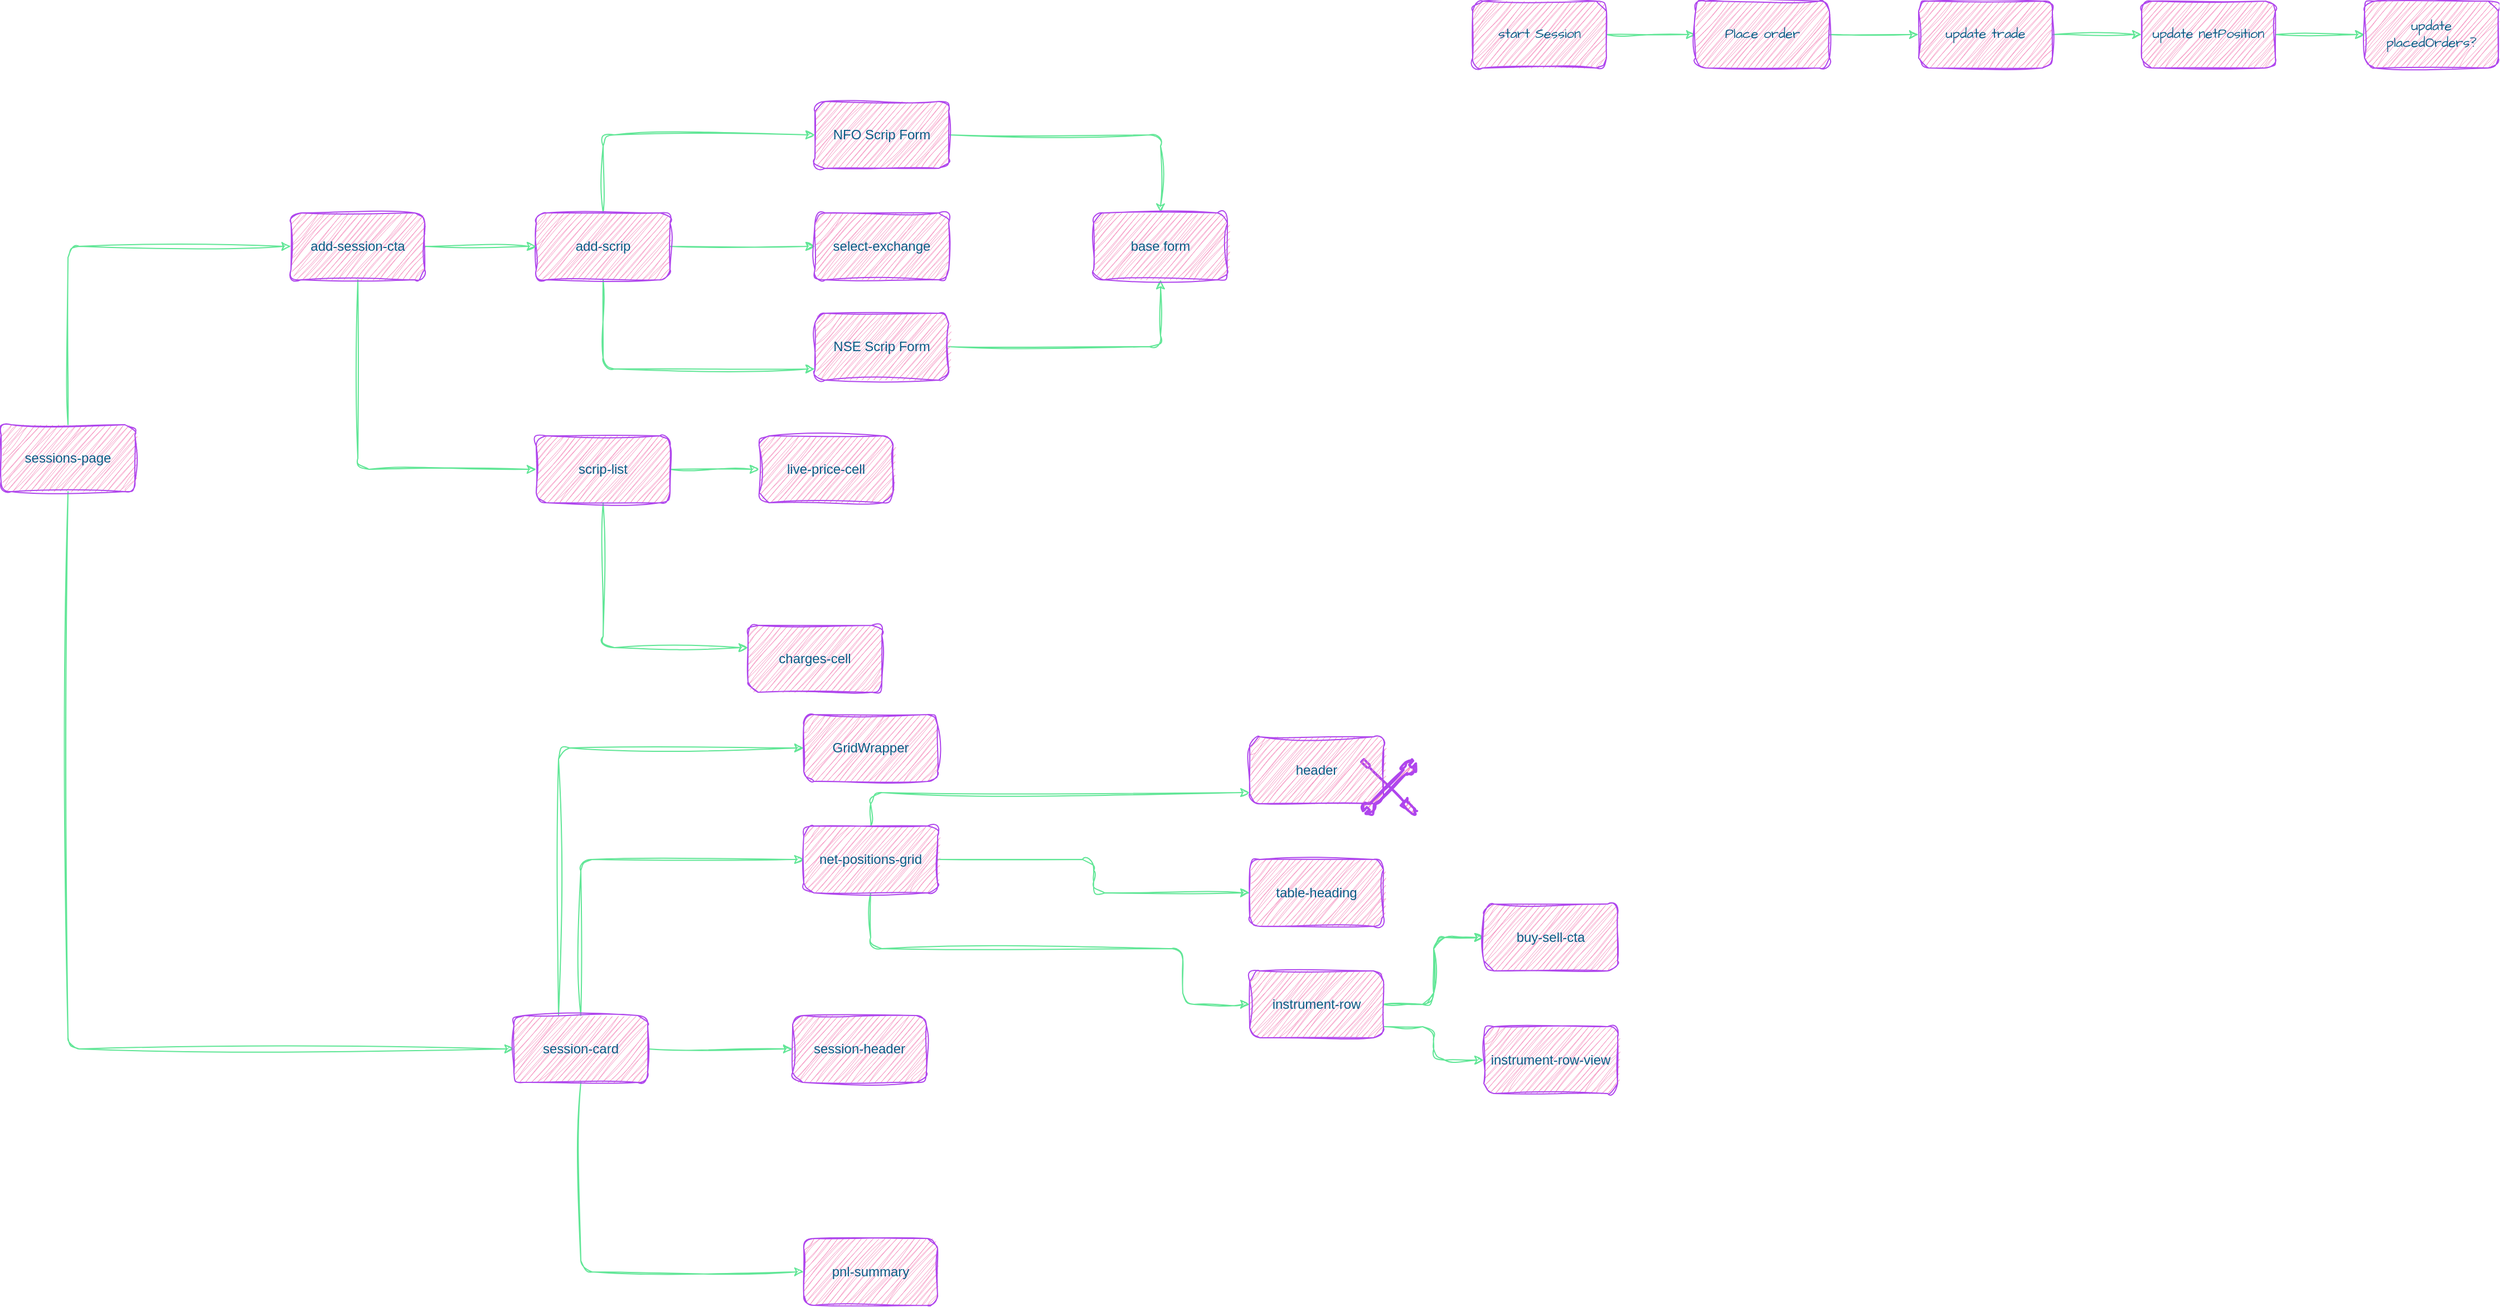
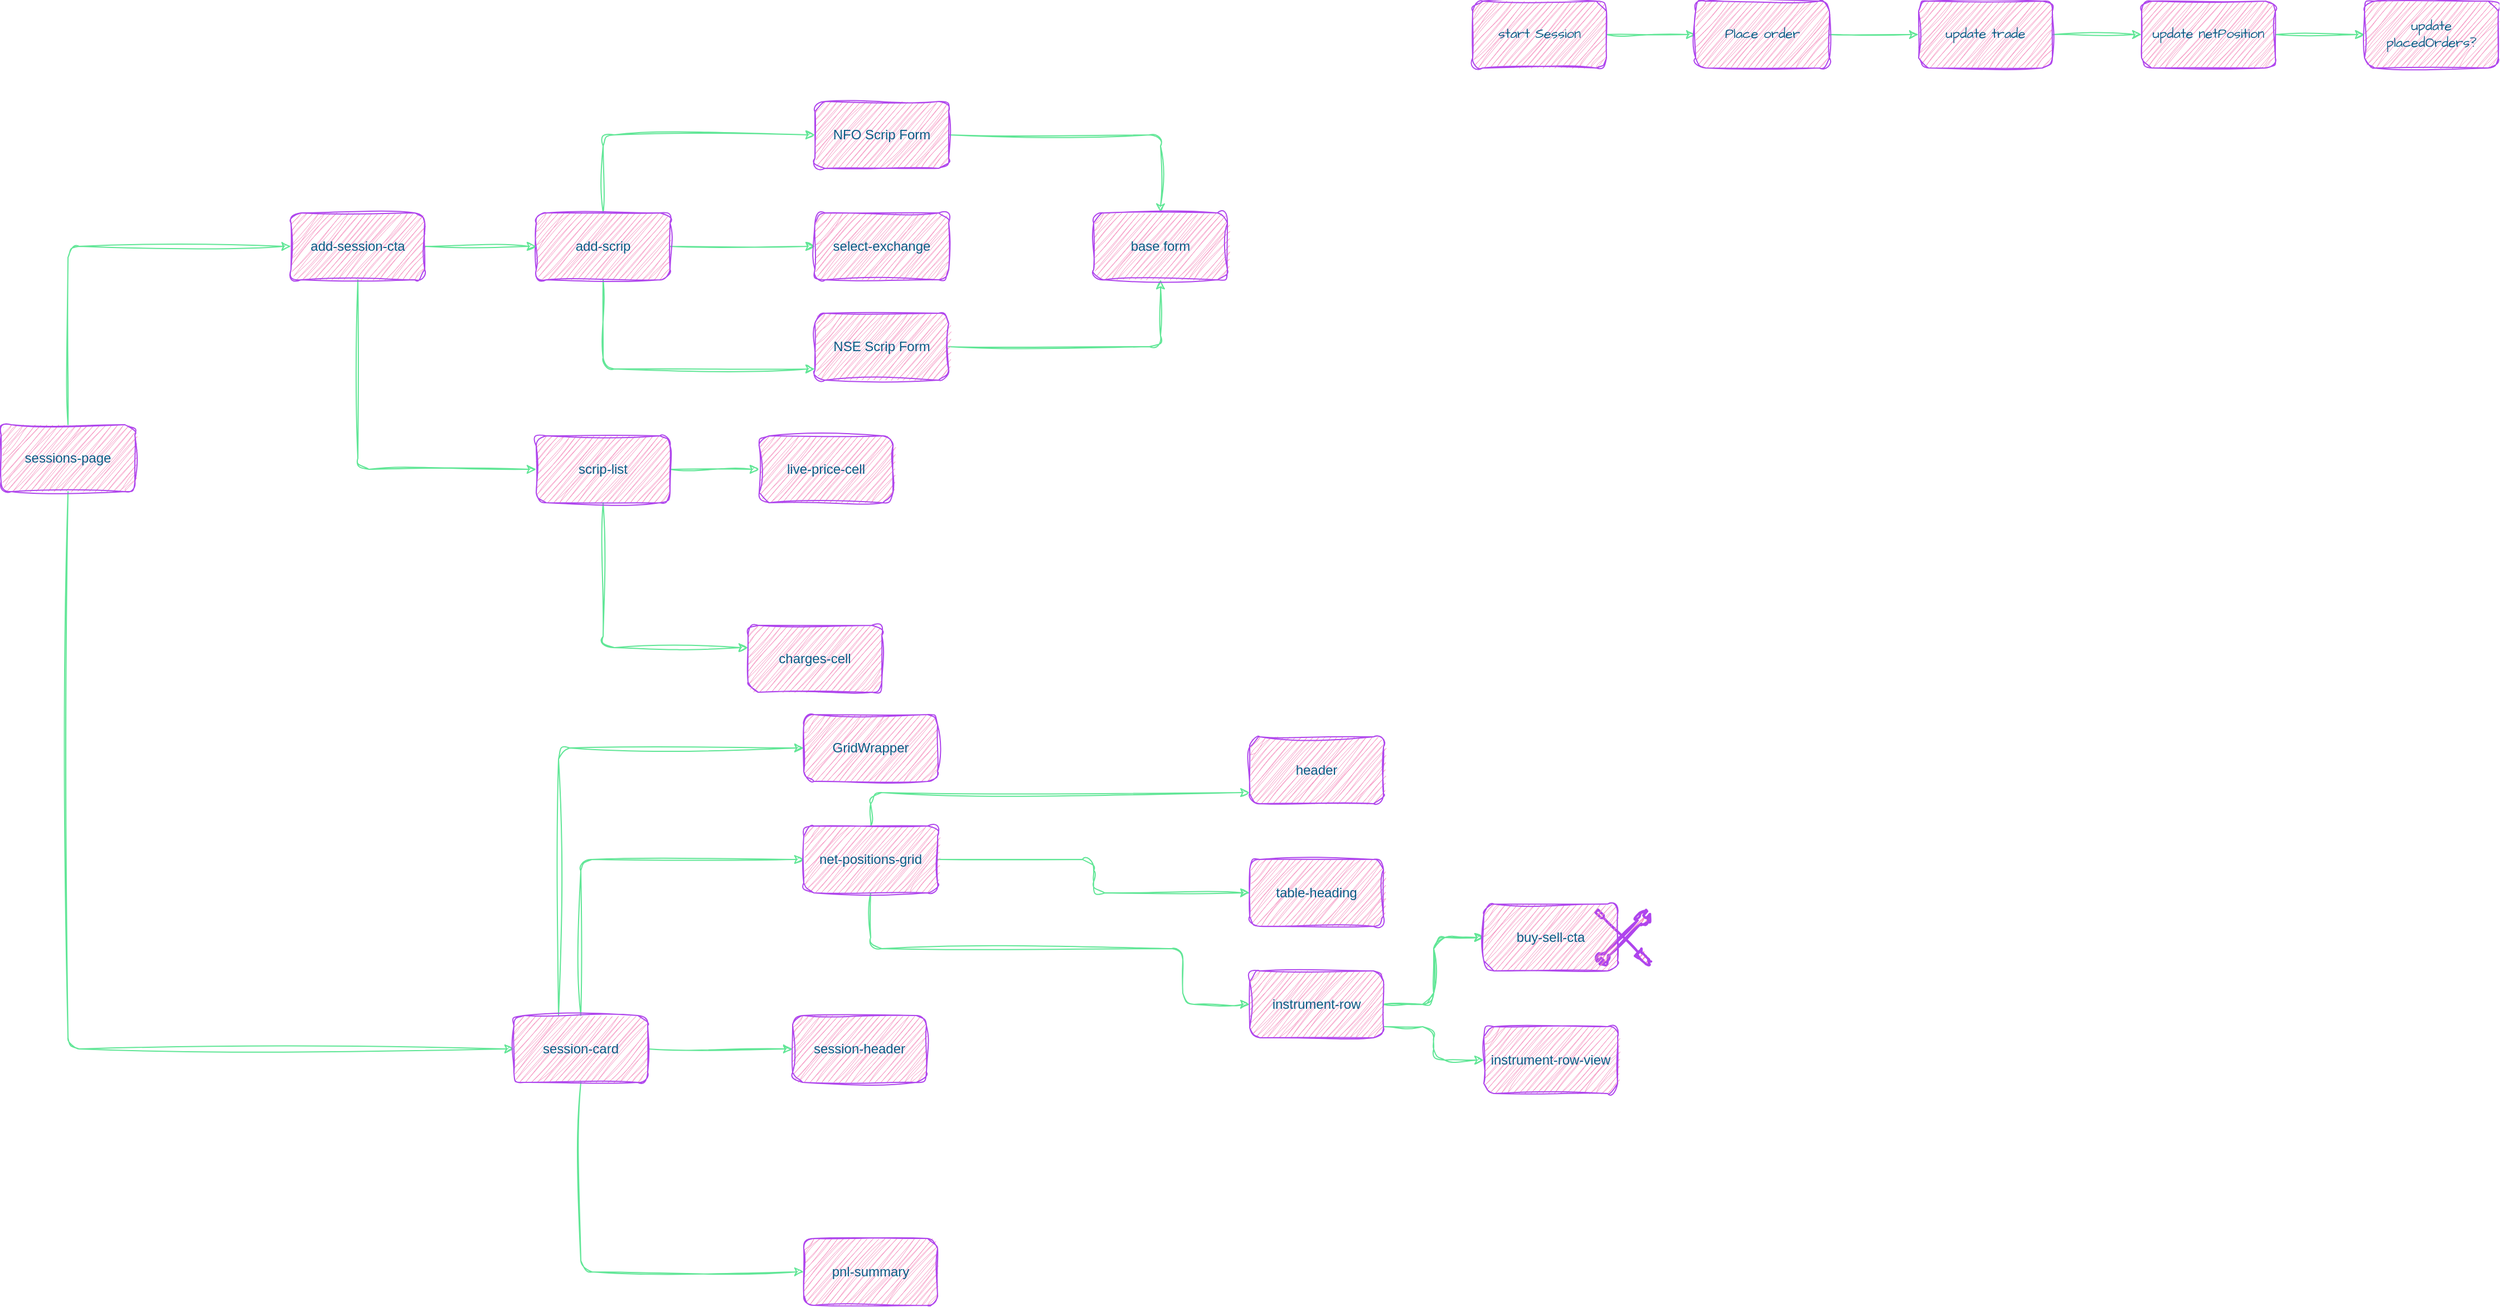
<mxfile host="app.diagrams.net" pages="5">
  <diagram id="wPQbEJP3DVO_ncDqMHqx" name="Sessions Page">
    <mxGraphModel dx="1887" dy="969" grid="1" gridSize="10" guides="1" tooltips="1" connect="1" arrows="1" fold="1" page="0" pageScale="1" pageWidth="402" pageHeight="874" math="0" shadow="0">
      <root>
        <mxCell id="0" />
        <mxCell id="1" parent="0" />
        <mxCell id="DB1AKVm6qyutKQlFYAWD-6" edge="1" parent="1" source="DB1AKVm6qyutKQlFYAWD-1" style="edgeStyle=orthogonalEdgeStyle;rounded=1;orthogonalLoop=1;jettySize=auto;html=1;sketch=1;curveFitting=1;jiggle=2;labelBackgroundColor=none;strokeColor=#60E696;fontColor=default;" target="DB1AKVm6qyutKQlFYAWD-5" value="">
          <mxGeometry relative="1" as="geometry" />
        </mxCell>
        <mxCell id="DB1AKVm6qyutKQlFYAWD-8" edge="1" parent="1" source="DB1AKVm6qyutKQlFYAWD-1" style="edgeStyle=orthogonalEdgeStyle;rounded=1;orthogonalLoop=1;jettySize=auto;html=1;sketch=1;curveFitting=1;jiggle=2;labelBackgroundColor=none;strokeColor=#60E696;fontColor=default;" target="DB1AKVm6qyutKQlFYAWD-7" value="">
          <mxGeometry relative="1" as="geometry">
            <Array as="points">
              <mxPoint x="120" y="270" />
            </Array>
          </mxGeometry>
        </mxCell>
        <mxCell id="DB1AKVm6qyutKQlFYAWD-10" edge="1" parent="1" source="DB1AKVm6qyutKQlFYAWD-1" style="edgeStyle=orthogonalEdgeStyle;rounded=1;orthogonalLoop=1;jettySize=auto;html=1;sketch=1;curveFitting=1;jiggle=2;labelBackgroundColor=none;strokeColor=#60E696;fontColor=default;" target="DB1AKVm6qyutKQlFYAWD-9" value="">
          <mxGeometry relative="1" as="geometry">
            <Array as="points">
              <mxPoint x="120" y="60" />
            </Array>
          </mxGeometry>
        </mxCell>
        <mxCell id="DB1AKVm6qyutKQlFYAWD-1" parent="1" style="rounded=1;whiteSpace=wrap;html=1;sketch=1;curveFitting=1;jiggle=2;labelBackgroundColor=none;fillColor=#F694C1;strokeColor=#AF45ED;fontColor=#095C86;" value="add-scrip" vertex="1">
          <mxGeometry height="60" width="120" x="60" y="130" as="geometry" />
        </mxCell>
        <mxCell id="DB1AKVm6qyutKQlFYAWD-4" edge="1" parent="1" source="DB1AKVm6qyutKQlFYAWD-3" style="edgeStyle=orthogonalEdgeStyle;rounded=1;orthogonalLoop=1;jettySize=auto;html=1;sketch=1;curveFitting=1;jiggle=2;labelBackgroundColor=none;strokeColor=#60E696;fontColor=default;" target="DB1AKVm6qyutKQlFYAWD-1" value="">
          <mxGeometry relative="1" as="geometry" />
        </mxCell>
        <mxCell id="DB1AKVm6qyutKQlFYAWD-12" edge="1" parent="1" source="DB1AKVm6qyutKQlFYAWD-3" style="edgeStyle=orthogonalEdgeStyle;rounded=1;orthogonalLoop=1;jettySize=auto;html=1;sketch=1;curveFitting=1;jiggle=2;labelBackgroundColor=none;strokeColor=#60E696;fontColor=default;" target="DB1AKVm6qyutKQlFYAWD-11" value="">
          <mxGeometry relative="1" as="geometry">
            <Array as="points">
              <mxPoint x="-100" y="360" />
            </Array>
          </mxGeometry>
        </mxCell>
        <mxCell id="DB1AKVm6qyutKQlFYAWD-3" parent="1" style="rounded=1;whiteSpace=wrap;html=1;sketch=1;curveFitting=1;jiggle=2;labelBackgroundColor=none;fillColor=#F694C1;strokeColor=#AF45ED;fontColor=#095C86;" value="add-session-cta" vertex="1">
          <mxGeometry height="60" width="120" x="-160" y="130" as="geometry" />
        </mxCell>
        <mxCell id="DB1AKVm6qyutKQlFYAWD-5" parent="1" style="whiteSpace=wrap;html=1;rounded=1;sketch=1;curveFitting=1;jiggle=2;labelBackgroundColor=none;fillColor=#F694C1;strokeColor=#AF45ED;fontColor=#095C86;" value="select-exchange" vertex="1">
          <mxGeometry height="60" width="120" x="310" y="130" as="geometry" />
        </mxCell>
        <mxCell id="ouMAoqMrmdJ_XqpmxOQB-3" edge="1" parent="1" source="DB1AKVm6qyutKQlFYAWD-7" style="edgeStyle=orthogonalEdgeStyle;rounded=1;sketch=1;hachureGap=4;jiggle=2;curveFitting=1;orthogonalLoop=1;jettySize=auto;html=1;fontFamily=Architects Daughter;fontSource=https%3A%2F%2Ffonts.googleapis.com%2Fcss%3Ffamily%3DArchitects%2BDaughter;labelBackgroundColor=none;strokeColor=#60E696;fontColor=default;" target="ouMAoqMrmdJ_XqpmxOQB-1">
          <mxGeometry relative="1" as="geometry" />
        </mxCell>
        <mxCell id="DB1AKVm6qyutKQlFYAWD-7" parent="1" style="whiteSpace=wrap;html=1;rounded=1;sketch=1;curveFitting=1;jiggle=2;labelBackgroundColor=none;fillColor=#F694C1;strokeColor=#AF45ED;fontColor=#095C86;" value="NSE Scrip Form" vertex="1">
          <mxGeometry height="60" width="120" x="310" y="220" as="geometry" />
        </mxCell>
        <mxCell id="ouMAoqMrmdJ_XqpmxOQB-2" edge="1" parent="1" source="DB1AKVm6qyutKQlFYAWD-9" style="edgeStyle=orthogonalEdgeStyle;rounded=1;sketch=1;hachureGap=4;jiggle=2;curveFitting=1;orthogonalLoop=1;jettySize=auto;html=1;fontFamily=Architects Daughter;fontSource=https%3A%2F%2Ffonts.googleapis.com%2Fcss%3Ffamily%3DArchitects%2BDaughter;labelBackgroundColor=none;strokeColor=#60E696;fontColor=default;" target="ouMAoqMrmdJ_XqpmxOQB-1" value="">
          <mxGeometry relative="1" as="geometry" />
        </mxCell>
        <mxCell id="DB1AKVm6qyutKQlFYAWD-9" parent="1" style="whiteSpace=wrap;html=1;rounded=1;sketch=1;curveFitting=1;jiggle=2;labelBackgroundColor=none;fillColor=#F694C1;strokeColor=#AF45ED;fontColor=#095C86;" value="NFO Scrip Form" vertex="1">
          <mxGeometry height="60" width="120" x="310" y="30" as="geometry" />
        </mxCell>
        <mxCell id="ouMAoqMrmdJ_XqpmxOQB-15" edge="1" parent="1" source="DB1AKVm6qyutKQlFYAWD-11" style="edgeStyle=orthogonalEdgeStyle;rounded=1;sketch=1;hachureGap=4;jiggle=2;curveFitting=1;orthogonalLoop=1;jettySize=auto;html=1;fontFamily=Architects Daughter;fontSource=https%3A%2F%2Ffonts.googleapis.com%2Fcss%3Ffamily%3DArchitects%2BDaughter;labelBackgroundColor=none;strokeColor=#60E696;fontColor=default;" target="ouMAoqMrmdJ_XqpmxOQB-14" value="">
          <mxGeometry relative="1" as="geometry" />
        </mxCell>
        <mxCell id="ouMAoqMrmdJ_XqpmxOQB-17" edge="1" parent="1" source="DB1AKVm6qyutKQlFYAWD-11" style="edgeStyle=orthogonalEdgeStyle;rounded=1;sketch=1;hachureGap=4;jiggle=2;curveFitting=1;orthogonalLoop=1;jettySize=auto;html=1;fontFamily=Architects Daughter;fontSource=https%3A%2F%2Ffonts.googleapis.com%2Fcss%3Ffamily%3DArchitects%2BDaughter;labelBackgroundColor=none;strokeColor=#60E696;fontColor=default;" target="ouMAoqMrmdJ_XqpmxOQB-16" value="">
          <mxGeometry relative="1" as="geometry">
            <Array as="points">
              <mxPoint x="120" y="520" />
            </Array>
          </mxGeometry>
        </mxCell>
        <mxCell id="DB1AKVm6qyutKQlFYAWD-11" parent="1" style="whiteSpace=wrap;html=1;rounded=1;sketch=1;curveFitting=1;jiggle=2;labelBackgroundColor=none;fillColor=#F694C1;strokeColor=#AF45ED;fontColor=#095C86;" value="scrip-list" vertex="1">
          <mxGeometry height="60" width="120" x="60" y="330" as="geometry" />
        </mxCell>
        <mxCell id="DB1AKVm6qyutKQlFYAWD-15" edge="1" parent="1" source="DB1AKVm6qyutKQlFYAWD-14" style="edgeStyle=orthogonalEdgeStyle;rounded=1;sketch=1;hachureGap=4;jiggle=2;curveFitting=1;orthogonalLoop=1;jettySize=auto;html=1;entryX=0;entryY=0.5;entryDx=0;entryDy=0;strokeColor=#60E696;fontFamily=Architects Daughter;fontSource=https%3A%2F%2Ffonts.googleapis.com%2Fcss%3Ffamily%3DArchitects%2BDaughter;fontColor=default;fillColor=#F694C1;labelBackgroundColor=none;" target="DB1AKVm6qyutKQlFYAWD-3">
          <mxGeometry relative="1" as="geometry">
            <Array as="points">
              <mxPoint x="-360" y="160" />
            </Array>
          </mxGeometry>
        </mxCell>
        <mxCell id="ouMAoqMrmdJ_XqpmxOQB-28" edge="1" parent="1" source="DB1AKVm6qyutKQlFYAWD-14" style="edgeStyle=orthogonalEdgeStyle;rounded=1;sketch=1;hachureGap=4;jiggle=2;curveFitting=1;orthogonalLoop=1;jettySize=auto;html=1;entryX=0;entryY=0.5;entryDx=0;entryDy=0;fontFamily=Architects Daughter;fontSource=https%3A%2F%2Ffonts.googleapis.com%2Fcss%3Ffamily%3DArchitects%2BDaughter;labelBackgroundColor=none;strokeColor=#60E696;fontColor=default;" target="ouMAoqMrmdJ_XqpmxOQB-19">
          <mxGeometry relative="1" as="geometry">
            <Array as="points">
              <mxPoint x="-360" y="880" />
            </Array>
          </mxGeometry>
        </mxCell>
        <mxCell id="DB1AKVm6qyutKQlFYAWD-14" parent="1" style="rounded=1;whiteSpace=wrap;html=1;sketch=1;curveFitting=1;jiggle=2;labelBackgroundColor=none;fillColor=#F694C1;strokeColor=#AF45ED;fontColor=#095C86;" value="sessions-page" vertex="1">
          <mxGeometry height="60" width="120" x="-420" y="320" as="geometry" />
        </mxCell>
        <mxCell id="ouMAoqMrmdJ_XqpmxOQB-1" parent="1" style="whiteSpace=wrap;html=1;fillColor=#F694C1;strokeColor=#AF45ED;fontColor=#095C86;rounded=1;sketch=1;curveFitting=1;jiggle=2;labelBackgroundColor=none;" value="base form" vertex="1">
          <mxGeometry height="60" width="120" x="560" y="130" as="geometry" />
        </mxCell>
        <mxCell id="ouMAoqMrmdJ_XqpmxOQB-6" edge="1" parent="1" source="ouMAoqMrmdJ_XqpmxOQB-4" style="edgeStyle=orthogonalEdgeStyle;rounded=1;sketch=1;hachureGap=4;jiggle=2;curveFitting=1;orthogonalLoop=1;jettySize=auto;html=1;fontFamily=Architects Daughter;fontSource=https%3A%2F%2Ffonts.googleapis.com%2Fcss%3Ffamily%3DArchitects%2BDaughter;labelBackgroundColor=none;strokeColor=#60E696;fontColor=default;" target="ouMAoqMrmdJ_XqpmxOQB-5" value="">
          <mxGeometry relative="1" as="geometry" />
        </mxCell>
        <mxCell id="ouMAoqMrmdJ_XqpmxOQB-4" parent="1" style="whiteSpace=wrap;html=1;sketch=1;hachureGap=4;jiggle=2;curveFitting=1;fontFamily=Architects Daughter;fontSource=https%3A%2F%2Ffonts.googleapis.com%2Fcss%3Ffamily%3DArchitects%2BDaughter;labelBackgroundColor=none;fillColor=#F694C1;strokeColor=#AF45ED;fontColor=#095C86;rounded=1;" value="start Session" vertex="1">
          <mxGeometry height="60" width="120" x="900" y="-60" as="geometry" />
        </mxCell>
        <mxCell id="ouMAoqMrmdJ_XqpmxOQB-8" edge="1" parent="1" source="ouMAoqMrmdJ_XqpmxOQB-5" style="edgeStyle=orthogonalEdgeStyle;rounded=1;sketch=1;hachureGap=4;jiggle=2;curveFitting=1;orthogonalLoop=1;jettySize=auto;html=1;fontFamily=Architects Daughter;fontSource=https%3A%2F%2Ffonts.googleapis.com%2Fcss%3Ffamily%3DArchitects%2BDaughter;labelBackgroundColor=none;strokeColor=#60E696;fontColor=default;" target="ouMAoqMrmdJ_XqpmxOQB-7" value="">
          <mxGeometry relative="1" as="geometry" />
        </mxCell>
        <mxCell id="ouMAoqMrmdJ_XqpmxOQB-5" parent="1" style="whiteSpace=wrap;html=1;fontFamily=Architects Daughter;sketch=1;hachureGap=4;jiggle=2;curveFitting=1;fontSource=https%3A%2F%2Ffonts.googleapis.com%2Fcss%3Ffamily%3DArchitects%2BDaughter;labelBackgroundColor=none;fillColor=#F694C1;strokeColor=#AF45ED;fontColor=#095C86;rounded=1;" value="Place order" vertex="1">
          <mxGeometry height="60" width="120" x="1100" y="-60" as="geometry" />
        </mxCell>
        <mxCell id="ouMAoqMrmdJ_XqpmxOQB-10" edge="1" parent="1" source="ouMAoqMrmdJ_XqpmxOQB-7" style="edgeStyle=orthogonalEdgeStyle;rounded=1;sketch=1;hachureGap=4;jiggle=2;curveFitting=1;orthogonalLoop=1;jettySize=auto;html=1;fontFamily=Architects Daughter;fontSource=https%3A%2F%2Ffonts.googleapis.com%2Fcss%3Ffamily%3DArchitects%2BDaughter;labelBackgroundColor=none;strokeColor=#60E696;fontColor=default;" target="ouMAoqMrmdJ_XqpmxOQB-9" value="">
          <mxGeometry relative="1" as="geometry" />
        </mxCell>
        <mxCell id="ouMAoqMrmdJ_XqpmxOQB-7" parent="1" style="whiteSpace=wrap;html=1;fontFamily=Architects Daughter;sketch=1;hachureGap=4;jiggle=2;curveFitting=1;fontSource=https%3A%2F%2Ffonts.googleapis.com%2Fcss%3Ffamily%3DArchitects%2BDaughter;labelBackgroundColor=none;fillColor=#F694C1;strokeColor=#AF45ED;fontColor=#095C86;rounded=1;" value="update trade" vertex="1">
          <mxGeometry height="60" width="120" x="1300" y="-60" as="geometry" />
        </mxCell>
        <mxCell id="ouMAoqMrmdJ_XqpmxOQB-12" edge="1" parent="1" source="ouMAoqMrmdJ_XqpmxOQB-9" style="edgeStyle=orthogonalEdgeStyle;rounded=1;sketch=1;hachureGap=4;jiggle=2;curveFitting=1;orthogonalLoop=1;jettySize=auto;html=1;fontFamily=Architects Daughter;fontSource=https%3A%2F%2Ffonts.googleapis.com%2Fcss%3Ffamily%3DArchitects%2BDaughter;labelBackgroundColor=none;strokeColor=#60E696;fontColor=default;" target="ouMAoqMrmdJ_XqpmxOQB-11" value="">
          <mxGeometry relative="1" as="geometry" />
        </mxCell>
        <mxCell id="ouMAoqMrmdJ_XqpmxOQB-9" parent="1" style="whiteSpace=wrap;html=1;fontFamily=Architects Daughter;sketch=1;hachureGap=4;jiggle=2;curveFitting=1;fontSource=https%3A%2F%2Ffonts.googleapis.com%2Fcss%3Ffamily%3DArchitects%2BDaughter;labelBackgroundColor=none;fillColor=#F694C1;strokeColor=#AF45ED;fontColor=#095C86;rounded=1;" value="update netPosition" vertex="1">
          <mxGeometry height="60" width="120" x="1500" y="-60" as="geometry" />
        </mxCell>
        <mxCell id="ouMAoqMrmdJ_XqpmxOQB-11" parent="1" style="whiteSpace=wrap;html=1;fontFamily=Architects Daughter;sketch=1;hachureGap=4;jiggle=2;curveFitting=1;fontSource=https%3A%2F%2Ffonts.googleapis.com%2Fcss%3Ffamily%3DArchitects%2BDaughter;labelBackgroundColor=none;fillColor=#F694C1;strokeColor=#AF45ED;fontColor=#095C86;rounded=1;" value="update placedOrders?" vertex="1">
          <mxGeometry height="60" width="120" x="1700" y="-60" as="geometry" />
        </mxCell>
        <mxCell id="ouMAoqMrmdJ_XqpmxOQB-13" parent="1" style="html=1;verticalLabelPosition=bottom;align=center;labelBackgroundColor=none;verticalAlign=top;strokeWidth=2;strokeColor=#AF45ED;shadow=0;dashed=0;shape=mxgraph.ios7.icons.tools;pointerEvents=1;sketch=1;hachureGap=4;jiggle=2;curveFitting=1;fontFamily=Architects Daughter;fontSource=https%3A%2F%2Ffonts.googleapis.com%2Fcss%3Ffamily%3DArchitects%2BDaughter;fillColor=#F694C1;fontColor=#095C86;rounded=1;" value="" vertex="1">
-           <mxGeometry height="50" width="50" x="800" y="620" as="geometry" />
+           <mxGeometry height="50" width="50" x="1010" y="755" as="geometry" />
        </mxCell>
        <mxCell id="ouMAoqMrmdJ_XqpmxOQB-14" parent="1" style="whiteSpace=wrap;html=1;fillColor=#F694C1;strokeColor=#AF45ED;fontColor=#095C86;rounded=1;sketch=1;curveFitting=1;jiggle=2;labelBackgroundColor=none;" value="live-price-cell" vertex="1">
          <mxGeometry height="60" width="120" x="260" y="330" as="geometry" />
        </mxCell>
        <mxCell id="ouMAoqMrmdJ_XqpmxOQB-16" parent="1" style="whiteSpace=wrap;html=1;fillColor=#F694C1;strokeColor=#AF45ED;fontColor=#095C86;rounded=1;sketch=1;curveFitting=1;jiggle=2;labelBackgroundColor=none;" value="charges-cell" vertex="1">
          <mxGeometry height="60" width="120" x="250" y="500" as="geometry" />
        </mxCell>
        <mxCell id="ouMAoqMrmdJ_XqpmxOQB-22" edge="1" parent="1" source="ouMAoqMrmdJ_XqpmxOQB-19" style="edgeStyle=orthogonalEdgeStyle;rounded=1;sketch=1;hachureGap=4;jiggle=2;curveFitting=1;orthogonalLoop=1;jettySize=auto;html=1;fontFamily=Architects Daughter;fontSource=https%3A%2F%2Ffonts.googleapis.com%2Fcss%3Ffamily%3DArchitects%2BDaughter;labelBackgroundColor=none;strokeColor=#60E696;fontColor=default;" target="ouMAoqMrmdJ_XqpmxOQB-21" value="">
          <mxGeometry relative="1" as="geometry" />
        </mxCell>
        <mxCell id="ouMAoqMrmdJ_XqpmxOQB-25" edge="1" parent="1" source="ouMAoqMrmdJ_XqpmxOQB-19" style="edgeStyle=orthogonalEdgeStyle;rounded=1;sketch=1;hachureGap=4;jiggle=2;curveFitting=1;orthogonalLoop=1;jettySize=auto;html=1;entryX=0;entryY=0.5;entryDx=0;entryDy=0;fontFamily=Architects Daughter;fontSource=https%3A%2F%2Ffonts.googleapis.com%2Fcss%3Ffamily%3DArchitects%2BDaughter;labelBackgroundColor=none;strokeColor=#60E696;fontColor=default;" target="ouMAoqMrmdJ_XqpmxOQB-23">
          <mxGeometry relative="1" as="geometry">
            <Array as="points">
              <mxPoint x="100" y="710" />
            </Array>
          </mxGeometry>
        </mxCell>
        <mxCell id="ouMAoqMrmdJ_XqpmxOQB-27" edge="1" parent="1" source="ouMAoqMrmdJ_XqpmxOQB-19" style="edgeStyle=orthogonalEdgeStyle;rounded=1;sketch=1;hachureGap=4;jiggle=2;curveFitting=1;orthogonalLoop=1;jettySize=auto;html=1;fontFamily=Architects Daughter;fontSource=https%3A%2F%2Ffonts.googleapis.com%2Fcss%3Ffamily%3DArchitects%2BDaughter;labelBackgroundColor=none;strokeColor=#60E696;fontColor=default;" target="ouMAoqMrmdJ_XqpmxOQB-26" value="">
          <mxGeometry relative="1" as="geometry">
            <Array as="points">
              <mxPoint x="100" y="1080" />
            </Array>
          </mxGeometry>
        </mxCell>
        <mxCell id="ouMAoqMrmdJ_XqpmxOQB-30" edge="1" parent="1" source="ouMAoqMrmdJ_XqpmxOQB-19" style="edgeStyle=orthogonalEdgeStyle;rounded=1;sketch=1;hachureGap=4;jiggle=2;curveFitting=1;orthogonalLoop=1;jettySize=auto;html=1;strokeColor=#60E696;fontFamily=Architects Daughter;fontSource=https%3A%2F%2Ffonts.googleapis.com%2Fcss%3Ffamily%3DArchitects%2BDaughter;fontColor=#095C86;fillColor=#F694C1;" target="ouMAoqMrmdJ_XqpmxOQB-29" value="">
          <mxGeometry relative="1" as="geometry">
            <Array as="points">
              <mxPoint x="80" y="610" />
            </Array>
          </mxGeometry>
        </mxCell>
        <mxCell id="ouMAoqMrmdJ_XqpmxOQB-19" parent="1" style="whiteSpace=wrap;html=1;fillColor=#F694C1;strokeColor=#AF45ED;fontColor=#095C86;rounded=1;sketch=1;curveFitting=1;jiggle=2;labelBackgroundColor=none;" value="session-card" vertex="1">
          <mxGeometry height="60" width="120" x="40" y="850" as="geometry" />
        </mxCell>
        <mxCell id="ouMAoqMrmdJ_XqpmxOQB-21" parent="1" style="whiteSpace=wrap;html=1;fillColor=#F694C1;strokeColor=#AF45ED;fontColor=#095C86;rounded=1;sketch=1;curveFitting=1;jiggle=2;labelBackgroundColor=none;" value="session-header" vertex="1">
          <mxGeometry height="60" width="120" x="290" y="850" as="geometry" />
        </mxCell>
        <mxCell id="ouMAoqMrmdJ_XqpmxOQB-32" edge="1" parent="1" source="ouMAoqMrmdJ_XqpmxOQB-23" style="edgeStyle=orthogonalEdgeStyle;rounded=1;sketch=1;hachureGap=4;jiggle=2;curveFitting=1;orthogonalLoop=1;jettySize=auto;html=1;strokeColor=#60E696;fontFamily=Architects Daughter;fontSource=https%3A%2F%2Ffonts.googleapis.com%2Fcss%3Ffamily%3DArchitects%2BDaughter;fontColor=#095C86;fillColor=#F694C1;" target="ouMAoqMrmdJ_XqpmxOQB-31" value="">
          <mxGeometry relative="1" as="geometry">
            <Array as="points">
              <mxPoint x="360" y="650" />
            </Array>
          </mxGeometry>
        </mxCell>
        <mxCell id="ouMAoqMrmdJ_XqpmxOQB-34" edge="1" parent="1" source="ouMAoqMrmdJ_XqpmxOQB-23" style="edgeStyle=orthogonalEdgeStyle;rounded=1;sketch=1;hachureGap=4;jiggle=2;curveFitting=1;orthogonalLoop=1;jettySize=auto;html=1;strokeColor=#60E696;fontFamily=Architects Daughter;fontSource=https%3A%2F%2Ffonts.googleapis.com%2Fcss%3Ffamily%3DArchitects%2BDaughter;fontColor=#095C86;fillColor=#F694C1;" target="ouMAoqMrmdJ_XqpmxOQB-33" value="">
          <mxGeometry relative="1" as="geometry" />
        </mxCell>
        <mxCell id="ouMAoqMrmdJ_XqpmxOQB-38" edge="1" parent="1" source="ouMAoqMrmdJ_XqpmxOQB-23" style="edgeStyle=orthogonalEdgeStyle;rounded=1;sketch=1;hachureGap=4;jiggle=2;curveFitting=1;orthogonalLoop=1;jettySize=auto;html=1;strokeColor=#60E696;fontFamily=Architects Daughter;fontSource=https%3A%2F%2Ffonts.googleapis.com%2Fcss%3Ffamily%3DArchitects%2BDaughter;fontColor=#095C86;fillColor=#F694C1;" target="ouMAoqMrmdJ_XqpmxOQB-37" value="">
          <mxGeometry relative="1" as="geometry">
            <Array as="points">
              <mxPoint x="360" y="790" />
              <mxPoint x="640" y="790" />
            </Array>
          </mxGeometry>
        </mxCell>
        <mxCell id="ouMAoqMrmdJ_XqpmxOQB-23" parent="1" style="whiteSpace=wrap;html=1;fillColor=#F694C1;strokeColor=#AF45ED;fontColor=#095C86;rounded=1;sketch=1;curveFitting=1;jiggle=2;labelBackgroundColor=none;" value="net-positions-grid" vertex="1">
          <mxGeometry height="60" width="120" x="300" y="680" as="geometry" />
        </mxCell>
        <mxCell id="ouMAoqMrmdJ_XqpmxOQB-26" parent="1" style="whiteSpace=wrap;html=1;fillColor=#F694C1;strokeColor=#AF45ED;fontColor=#095C86;rounded=1;sketch=1;curveFitting=1;jiggle=2;labelBackgroundColor=none;" value="pnl-summary" vertex="1">
          <mxGeometry height="60" width="120" x="300" y="1050" as="geometry" />
        </mxCell>
        <mxCell id="ouMAoqMrmdJ_XqpmxOQB-29" parent="1" style="whiteSpace=wrap;html=1;fillColor=#F694C1;strokeColor=#AF45ED;fontColor=#095C86;rounded=1;sketch=1;curveFitting=1;jiggle=2;labelBackgroundColor=none;" value="GridWrapper" vertex="1">
          <mxGeometry height="60" width="120" x="300" y="580" as="geometry" />
        </mxCell>
        <mxCell id="ouMAoqMrmdJ_XqpmxOQB-31" parent="1" style="whiteSpace=wrap;html=1;fillColor=#F694C1;strokeColor=#AF45ED;fontColor=#095C86;rounded=1;sketch=1;curveFitting=1;jiggle=2;labelBackgroundColor=none;" value="header" vertex="1">
          <mxGeometry height="60" width="120" x="700" y="600" as="geometry" />
        </mxCell>
        <mxCell id="ouMAoqMrmdJ_XqpmxOQB-33" parent="1" style="whiteSpace=wrap;html=1;fillColor=#F694C1;strokeColor=#AF45ED;fontColor=#095C86;rounded=1;sketch=1;curveFitting=1;jiggle=2;labelBackgroundColor=none;" value="table-heading" vertex="1">
          <mxGeometry height="60" width="120" x="700" y="710" as="geometry" />
        </mxCell>
        <mxCell id="ouMAoqMrmdJ_XqpmxOQB-40" edge="1" parent="1" source="ouMAoqMrmdJ_XqpmxOQB-37" style="edgeStyle=orthogonalEdgeStyle;rounded=1;sketch=1;hachureGap=4;jiggle=2;curveFitting=1;orthogonalLoop=1;jettySize=auto;html=1;strokeColor=#60E696;fontFamily=Architects Daughter;fontSource=https%3A%2F%2Ffonts.googleapis.com%2Fcss%3Ffamily%3DArchitects%2BDaughter;fontColor=#095C86;fillColor=#F694C1;" target="ouMAoqMrmdJ_XqpmxOQB-39" value="">
          <mxGeometry relative="1" as="geometry" />
        </mxCell>
        <mxCell id="ouMAoqMrmdJ_XqpmxOQB-41" edge="1" parent="1" source="ouMAoqMrmdJ_XqpmxOQB-37" style="edgeStyle=orthogonalEdgeStyle;rounded=1;sketch=1;hachureGap=4;jiggle=2;curveFitting=1;orthogonalLoop=1;jettySize=auto;html=1;strokeColor=#60E696;fontFamily=Architects Daughter;fontSource=https%3A%2F%2Ffonts.googleapis.com%2Fcss%3Ffamily%3DArchitects%2BDaughter;fontColor=#095C86;fillColor=#F694C1;" target="ouMAoqMrmdJ_XqpmxOQB-39" value="">
          <mxGeometry relative="1" as="geometry" />
        </mxCell>
        <mxCell id="ouMAoqMrmdJ_XqpmxOQB-43" edge="1" parent="1" source="ouMAoqMrmdJ_XqpmxOQB-37" style="edgeStyle=orthogonalEdgeStyle;rounded=1;sketch=1;hachureGap=4;jiggle=2;curveFitting=1;orthogonalLoop=1;jettySize=auto;html=1;strokeColor=#60E696;fontFamily=Architects Daughter;fontSource=https%3A%2F%2Ffonts.googleapis.com%2Fcss%3Ffamily%3DArchitects%2BDaughter;fontColor=#095C86;fillColor=#F694C1;" target="ouMAoqMrmdJ_XqpmxOQB-42" value="">
          <mxGeometry relative="1" as="geometry">
            <Array as="points">
              <mxPoint x="865" y="860" />
              <mxPoint x="865" y="890" />
            </Array>
          </mxGeometry>
        </mxCell>
        <mxCell id="ouMAoqMrmdJ_XqpmxOQB-37" parent="1" style="whiteSpace=wrap;html=1;fillColor=#F694C1;strokeColor=#AF45ED;fontColor=#095C86;rounded=1;sketch=1;curveFitting=1;jiggle=2;labelBackgroundColor=none;" value="instrument-row" vertex="1">
          <mxGeometry height="60" width="120" x="700" y="810" as="geometry" />
        </mxCell>
        <mxCell id="ouMAoqMrmdJ_XqpmxOQB-39" parent="1" style="whiteSpace=wrap;html=1;fillColor=#F694C1;strokeColor=#AF45ED;fontColor=#095C86;rounded=1;sketch=1;curveFitting=1;jiggle=2;labelBackgroundColor=none;" value="buy-sell-cta" vertex="1">
          <mxGeometry height="60" width="120" x="910" y="750" as="geometry" />
        </mxCell>
        <mxCell id="ouMAoqMrmdJ_XqpmxOQB-42" parent="1" style="whiteSpace=wrap;html=1;fillColor=#F694C1;strokeColor=#AF45ED;fontColor=#095C86;rounded=1;sketch=1;curveFitting=1;jiggle=2;labelBackgroundColor=none;" value="instrument-row-view" vertex="1">
          <mxGeometry height="60" width="120" x="910" y="860" as="geometry" />
        </mxCell>
      </root>
    </mxGraphModel>
  </diagram>
  <diagram id="YVkBlKKJ4RNEtawBKbZk" name="Session">
    <mxGraphModel dx="1357" dy="626" grid="1" gridSize="10" guides="1" tooltips="1" connect="1" arrows="1" fold="1" page="0" pageScale="1" pageWidth="402" pageHeight="874" math="0" shadow="0">
      <root>
        <mxCell id="0" />
        <mxCell id="1" parent="0" />
        <mxCell id="b8iQl_XISdQ6rZ6kNcMQ-3" edge="1" parent="1" source="b8iQl_XISdQ6rZ6kNcMQ-1" style="edgeStyle=orthogonalEdgeStyle;rounded=0;orthogonalLoop=1;jettySize=auto;html=1;" target="b8iQl_XISdQ6rZ6kNcMQ-2" value="">
          <mxGeometry relative="1" as="geometry" />
        </mxCell>
        <mxCell id="b8iQl_XISdQ6rZ6kNcMQ-1" parent="1" style="rounded=1;whiteSpace=wrap;html=1;" value="start session" vertex="1">
          <mxGeometry height="60" width="120" x="-200" y="80" as="geometry" />
        </mxCell>
        <mxCell id="b8iQl_XISdQ6rZ6kNcMQ-5" edge="1" parent="1" source="b8iQl_XISdQ6rZ6kNcMQ-2" style="edgeStyle=orthogonalEdgeStyle;rounded=0;orthogonalLoop=1;jettySize=auto;html=1;" target="b8iQl_XISdQ6rZ6kNcMQ-4" value="">
          <mxGeometry relative="1" as="geometry" />
        </mxCell>
        <mxCell id="b8iQl_XISdQ6rZ6kNcMQ-2" parent="1" style="whiteSpace=wrap;html=1;rounded=1;" value="place orders&amp;nbsp;&lt;br&gt;(all or none)" vertex="1">
          <mxGeometry height="60" width="120" y="80" as="geometry" />
        </mxCell>
        <mxCell id="b8iQl_XISdQ6rZ6kNcMQ-7" edge="1" parent="1" source="b8iQl_XISdQ6rZ6kNcMQ-4" style="edgeStyle=orthogonalEdgeStyle;rounded=0;orthogonalLoop=1;jettySize=auto;html=1;" target="b8iQl_XISdQ6rZ6kNcMQ-6" value="">
          <mxGeometry relative="1" as="geometry" />
        </mxCell>
        <mxCell id="b8iQl_XISdQ6rZ6kNcMQ-4" parent="1" style="whiteSpace=wrap;html=1;rounded=1;" value="update margins" vertex="1">
          <mxGeometry height="60" width="120" x="200" y="80" as="geometry" />
        </mxCell>
        <mxCell id="b8iQl_XISdQ6rZ6kNcMQ-6" parent="1" style="whiteSpace=wrap;html=1;rounded=1;" value="create session" vertex="1">
          <mxGeometry height="60" width="120" x="200" y="200" as="geometry" />
        </mxCell>
        <mxCell id="b8iQl_XISdQ6rZ6kNcMQ-8" parent="1" style="rounded=1;whiteSpace=wrap;html=1;fillColor=#fff2cc;strokeColor=#d6b656;" value="firebase" vertex="1">
          <mxGeometry height="40" width="80" x="300" y="190" as="geometry" />
        </mxCell>
        <mxCell id="b8iQl_XISdQ6rZ6kNcMQ-9" parent="1" style="rounded=1;whiteSpace=wrap;html=1;fillColor=#fff2cc;strokeColor=#d6b656;" value="kite" vertex="1">
          <mxGeometry height="40" width="80" x="80" y="50" as="geometry" />
        </mxCell>
        <mxCell id="b8iQl_XISdQ6rZ6kNcMQ-10" parent="1" style="rounded=1;whiteSpace=wrap;html=1;fillColor=#fff2cc;strokeColor=#d6b656;" value="firebase" vertex="1">
          <mxGeometry height="40" width="80" x="290" y="60" as="geometry" />
        </mxCell>
      </root>
    </mxGraphModel>
  </diagram>
  <diagram id="4KjMPYYtLXdBkkJX1B08" name="Auth">
    <mxGraphModel dx="1276" dy="835" grid="0" gridSize="10" guides="1" tooltips="1" connect="1" arrows="1" fold="1" page="0" pageScale="1" pageWidth="402" pageHeight="874" math="0" shadow="0">
      <root>
        <mxCell id="0" />
        <mxCell id="1" parent="0" />
        <mxCell id="pPH6oVQiPgVcm9OUePWL-3" edge="1" parent="1" source="pPH6oVQiPgVcm9OUePWL-1" style="edgeStyle=orthogonalEdgeStyle;rounded=0;orthogonalLoop=1;jettySize=auto;html=1;" target="pPH6oVQiPgVcm9OUePWL-2" value="">
          <mxGeometry relative="1" as="geometry" />
        </mxCell>
        <mxCell id="pPH6oVQiPgVcm9OUePWL-1" parent="1" style="rounded=1;whiteSpace=wrap;html=1;" value="User clicks &quot;Login&quot; Button" vertex="1">
          <mxGeometry height="60" width="120" x="23" y="101" as="geometry" />
        </mxCell>
        <mxCell id="pPH6oVQiPgVcm9OUePWL-5" edge="1" parent="1" source="pPH6oVQiPgVcm9OUePWL-2" style="edgeStyle=orthogonalEdgeStyle;rounded=0;orthogonalLoop=1;jettySize=auto;html=1;" target="pPH6oVQiPgVcm9OUePWL-4" value="">
          <mxGeometry relative="1" as="geometry" />
        </mxCell>
        <mxCell id="pPH6oVQiPgVcm9OUePWL-2" parent="1" style="whiteSpace=wrap;html=1;rounded=1;" value="Open the Login URL" vertex="1">
          <mxGeometry height="60" width="120" x="223" y="101" as="geometry" />
        </mxCell>
        <mxCell id="pPH6oVQiPgVcm9OUePWL-7" edge="1" parent="1" source="pPH6oVQiPgVcm9OUePWL-4" style="edgeStyle=orthogonalEdgeStyle;rounded=0;orthogonalLoop=1;jettySize=auto;html=1;" target="pPH6oVQiPgVcm9OUePWL-6" value="">
          <mxGeometry relative="1" as="geometry" />
        </mxCell>
        <mxCell id="pPH6oVQiPgVcm9OUePWL-4" parent="1" style="whiteSpace=wrap;html=1;rounded=1;" value="User logins to Zerodha" vertex="1">
          <mxGeometry height="60" width="120" x="423" y="101" as="geometry" />
        </mxCell>
        <mxCell id="pPH6oVQiPgVcm9OUePWL-9" edge="1" parent="1" source="pPH6oVQiPgVcm9OUePWL-6" style="edgeStyle=orthogonalEdgeStyle;rounded=0;orthogonalLoop=1;jettySize=auto;html=1;" target="pPH6oVQiPgVcm9OUePWL-8" value="">
          <mxGeometry relative="1" as="geometry" />
        </mxCell>
        <mxCell id="pPH6oVQiPgVcm9OUePWL-6" parent="1" style="whiteSpace=wrap;html=1;rounded=1;" value="Redirected to callback URL with request_token&lt;br&gt;&lt;b&gt;http://localhost:3000/api/auth/kite/callback&lt;/b&gt;" vertex="1">
          <mxGeometry height="60" width="262" x="352" y="244" as="geometry" />
        </mxCell>
        <mxCell id="pPH6oVQiPgVcm9OUePWL-13" edge="1" parent="1" source="pPH6oVQiPgVcm9OUePWL-8" style="edgeStyle=orthogonalEdgeStyle;rounded=0;orthogonalLoop=1;jettySize=auto;html=1;" target="pPH6oVQiPgVcm9OUePWL-12" value="">
          <mxGeometry relative="1" as="geometry" />
        </mxCell>
        <mxCell id="pPH6oVQiPgVcm9OUePWL-8" parent="1" style="whiteSpace=wrap;html=1;rounded=1;" value="In loader for this route, generate the session" vertex="1">
          <mxGeometry height="60" width="120" x="17" y="244" as="geometry" />
        </mxCell>
        <mxCell id="pPH6oVQiPgVcm9OUePWL-15" edge="1" parent="1" source="pPH6oVQiPgVcm9OUePWL-12" style="edgeStyle=orthogonalEdgeStyle;rounded=0;orthogonalLoop=1;jettySize=auto;html=1;" target="pPH6oVQiPgVcm9OUePWL-14" value="">
          <mxGeometry relative="1" as="geometry" />
        </mxCell>
        <mxCell id="pPH6oVQiPgVcm9OUePWL-12" parent="1" style="whiteSpace=wrap;html=1;rounded=1;" value="Serialize and save the access token in cookie" vertex="1">
          <mxGeometry height="60" width="120" x="17" y="384" as="geometry" />
        </mxCell>
        <mxCell id="pPH6oVQiPgVcm9OUePWL-17" edge="1" parent="1" source="pPH6oVQiPgVcm9OUePWL-14" style="edgeStyle=orthogonalEdgeStyle;rounded=0;orthogonalLoop=1;jettySize=auto;html=1;" target="pPH6oVQiPgVcm9OUePWL-16" value="">
          <mxGeometry relative="1" as="geometry" />
        </mxCell>
        <mxCell id="pPH6oVQiPgVcm9OUePWL-14" parent="1" style="whiteSpace=wrap;html=1;rounded=1;" value="redirect to /dashboard" vertex="1">
          <mxGeometry height="60" width="120" x="217" y="384" as="geometry" />
        </mxCell>
        <mxCell id="pPH6oVQiPgVcm9OUePWL-19" edge="1" parent="1" source="pPH6oVQiPgVcm9OUePWL-16" style="edgeStyle=orthogonalEdgeStyle;rounded=0;orthogonalLoop=1;jettySize=auto;html=1;" target="pPH6oVQiPgVcm9OUePWL-18" value="">
          <mxGeometry relative="1" as="geometry" />
        </mxCell>
        <mxCell id="pPH6oVQiPgVcm9OUePWL-16" parent="1" style="whiteSpace=wrap;html=1;rounded=1;" value="in dashboard loader, get the access token from the cookie and send it to client" vertex="1">
          <mxGeometry height="60" width="120" x="417" y="384" as="geometry" />
        </mxCell>
        <mxCell id="pPH6oVQiPgVcm9OUePWL-21" edge="1" parent="1" source="pPH6oVQiPgVcm9OUePWL-18" style="edgeStyle=orthogonalEdgeStyle;rounded=0;orthogonalLoop=1;jettySize=auto;html=1;" target="pPH6oVQiPgVcm9OUePWL-20" value="">
          <mxGeometry relative="1" as="geometry" />
        </mxCell>
        <mxCell id="pPH6oVQiPgVcm9OUePWL-18" parent="1" style="whiteSpace=wrap;html=1;rounded=1;" value="front-end creates the kc client with api_key and access_token.&amp;nbsp;&amp;nbsp;" vertex="1">
          <mxGeometry height="60" width="120" x="617" y="384" as="geometry" />
        </mxCell>
        <mxCell id="pPH6oVQiPgVcm9OUePWL-20" parent="1" style="whiteSpace=wrap;html=1;rounded=1;" value="use kc client for calling Kite APIs" vertex="1">
          <mxGeometry height="60" width="120" x="617" y="524" as="geometry" />
        </mxCell>
      </root>
    </mxGraphModel>
  </diagram>
  <diagram name="UI/UX" id="5MV4RERJIjpIYta4IkZD">
    <mxGraphModel dx="3134" dy="2189" grid="0" gridSize="10" guides="1" tooltips="1" connect="1" arrows="1" fold="1" page="0" pageScale="1" pageWidth="402" pageHeight="874" background="#ffffff" math="0" shadow="0">
      <root>
        <mxCell id="0" />
        <mxCell id="1" parent="0" />
        <mxCell id="ExlUUjPYo0Ii6ma58Pc_-14" parent="1" style="rounded=1;whiteSpace=wrap;html=1;" value="" vertex="1">
          <mxGeometry height="321" width="1097" x="-296" y="-20" as="geometry" />
        </mxCell>
        <mxCell id="ExlUUjPYo0Ii6ma58Pc_-13" parent="1" style="rounded=1;whiteSpace=wrap;html=1;" value="" vertex="1">
          <mxGeometry height="321" width="1097" x="-287" y="732" as="geometry" />
        </mxCell>
        <mxCell id="iMmVTYed4h1aN_pzg3ix-1" parent="1" style="text;html=1;whiteSpace=wrap;strokeColor=none;fillColor=none;align=center;verticalAlign=middle;rounded=0;fontStyle=1;fontSize=48;fontColor=light-dark(#7a7978, #ededed);" value="Net Qty." vertex="1">
          <mxGeometry height="59" width="60" x="-120" y="72" as="geometry" />
        </mxCell>
        <mxCell id="iMmVTYed4h1aN_pzg3ix-2" parent="1" style="text;html=1;whiteSpace=wrap;strokeColor=none;fillColor=none;align=center;verticalAlign=middle;rounded=0;fontStyle=1;fontSize=48;fontColor=light-dark(#7a7978, #ededed);" value="AVG. PRICE" vertex="1">
          <mxGeometry height="59" width="60" x="149" y="61" as="geometry" />
        </mxCell>
        <mxCell id="iMmVTYed4h1aN_pzg3ix-3" parent="1" style="text;html=1;whiteSpace=wrap;strokeColor=none;fillColor=none;align=center;verticalAlign=middle;rounded=0;fontStyle=1;fontSize=48;fontColor=light-dark(#7a7978, #ededed);" value="LTP" vertex="1">
          <mxGeometry height="59" width="60" x="418" y="61" as="geometry" />
        </mxCell>
        <mxCell id="iMmVTYed4h1aN_pzg3ix-4" parent="1" style="text;html=1;whiteSpace=wrap;strokeColor=none;fillColor=none;align=center;verticalAlign=middle;rounded=0;fontStyle=1;fontSize=48;fontColor=light-dark(#7a7978, #ededed);" value="PnL" vertex="1">
          <mxGeometry height="59" width="60" x="687" y="61" as="geometry" />
        </mxCell>
        <mxCell id="iMmVTYed4h1aN_pzg3ix-5" parent="1" style="text;html=1;whiteSpace=wrap;strokeColor=none;fillColor=none;align=center;verticalAlign=middle;rounded=0;fontSize=36;fontStyle=1" value="100" vertex="1">
          <mxGeometry height="30" width="60" x="-120" y="211" as="geometry" />
        </mxCell>
        <mxCell id="iMmVTYed4h1aN_pzg3ix-6" parent="1" style="text;html=1;whiteSpace=wrap;strokeColor=none;fillColor=none;align=center;verticalAlign=middle;rounded=0;fontSize=36;fontStyle=1" value="36.40" vertex="1">
          <mxGeometry height="30" width="60" x="149" y="211" as="geometry" />
        </mxCell>
        <mxCell id="iMmVTYed4h1aN_pzg3ix-7" parent="1" style="text;html=1;whiteSpace=wrap;strokeColor=none;fillColor=none;align=center;verticalAlign=middle;rounded=0;fontSize=36;fontStyle=1" value="37.45" vertex="1">
          <mxGeometry height="30" width="60" x="418" y="211" as="geometry" />
        </mxCell>
        <mxCell id="iMmVTYed4h1aN_pzg3ix-8" parent="1" style="text;html=1;whiteSpace=wrap;strokeColor=none;fillColor=none;align=center;verticalAlign=middle;rounded=0;fontSize=36;fontStyle=1" value="100" vertex="1">
          <mxGeometry height="30" width="60" x="687" y="211" as="geometry" />
        </mxCell>
        <mxCell id="7si3vGMUa6yKKs87A3T9-2" edge="1" parent="1" source="7si3vGMUa6yKKs87A3T9-1" style="edgeStyle=orthogonalEdgeStyle;rounded=0;orthogonalLoop=1;jettySize=auto;html=1;exitX=0.5;exitY=0;exitDx=0;exitDy=0;entryX=0;entryY=0.5;entryDx=0;entryDy=0;" target="iMmVTYed4h1aN_pzg3ix-5">
          <mxGeometry relative="1" as="geometry">
            <Array as="points">
              <mxPoint x="-283" y="227" />
              <mxPoint x="-139" y="227" />
            </Array>
            <mxPoint x="-139.09090909090924" y="259.27272727272725" as="targetPoint" />
          </mxGeometry>
        </mxCell>
        <mxCell id="7si3vGMUa6yKKs87A3T9-1" parent="1" style="text;html=1;whiteSpace=wrap;strokeColor=none;fillColor=none;align=center;verticalAlign=middle;rounded=0;fontStyle=1" value="Red color if negative, blue color if positive" vertex="1">
          <mxGeometry height="70" width="129" x="-347" y="453" as="geometry" />
        </mxCell>
        <mxCell id="7si3vGMUa6yKKs87A3T9-4" edge="1" parent="1" source="7si3vGMUa6yKKs87A3T9-3" style="edgeStyle=orthogonalEdgeStyle;rounded=0;orthogonalLoop=1;jettySize=auto;html=1;entryX=0.5;entryY=1;entryDx=0;entryDy=0;" target="iMmVTYed4h1aN_pzg3ix-8">
          <mxGeometry relative="1" as="geometry" />
        </mxCell>
        <mxCell id="7si3vGMUa6yKKs87A3T9-3" parent="1" style="text;html=1;whiteSpace=wrap;strokeColor=none;fillColor=none;align=center;verticalAlign=middle;rounded=0;fontStyle=1" value="Red color if negative, blue color if positive" vertex="1">
          <mxGeometry height="70" width="129" x="681" y="398" as="geometry" />
        </mxCell>
        <mxCell id="7si3vGMUa6yKKs87A3T9-5" parent="1" style="text;html=1;whiteSpace=wrap;strokeColor=none;fillColor=none;align=center;verticalAlign=middle;rounded=0;" value="Will receive the following props:&lt;br&gt;netQuantity: number;&lt;br&gt;&lt;div&gt;averagePrice: number&lt;/div&gt;&lt;div&gt;ltp: number;&lt;/div&gt;" vertex="1">
          <mxGeometry height="101" width="203" x="-25" y="355" as="geometry" />
        </mxCell>
        <mxCell id="7si3vGMUa6yKKs87A3T9-6" parent="1" style="text;html=1;whiteSpace=wrap;strokeColor=none;fillColor=none;align=center;verticalAlign=middle;rounded=0;" value="PnL needs to be calculated by the component" vertex="1">
          <mxGeometry height="101" width="203" x="-21" y="482" as="geometry" />
        </mxCell>
        <mxCell id="7si3vGMUa6yKKs87A3T9-7" parent="1" style="text;html=1;whiteSpace=wrap;strokeColor=none;fillColor=none;align=center;verticalAlign=middle;rounded=0;fontStyle=1;fontSize=48;fontColor=light-dark(#7a7978, #ededed);" value="Net Qty." vertex="1">
          <mxGeometry height="59" width="60" x="-186" y="816" as="geometry" />
        </mxCell>
        <mxCell id="7si3vGMUa6yKKs87A3T9-8" parent="1" style="text;html=1;whiteSpace=wrap;strokeColor=none;fillColor=none;align=center;verticalAlign=middle;rounded=0;fontStyle=1;fontSize=48;fontColor=light-dark(#7a7978, #ededed);" value="AVG. PRICE" vertex="1">
          <mxGeometry height="59" width="60" x="83" y="805" as="geometry" />
        </mxCell>
        <mxCell id="7si3vGMUa6yKKs87A3T9-9" parent="1" style="text;html=1;whiteSpace=wrap;strokeColor=none;fillColor=none;align=center;verticalAlign=middle;rounded=0;fontStyle=1;fontSize=48;fontColor=light-dark(#7a7978, #ededed);" value="LTP" vertex="1">
          <mxGeometry height="59" width="60" x="352" y="805" as="geometry" />
        </mxCell>
        <mxCell id="7si3vGMUa6yKKs87A3T9-10" parent="1" style="text;html=1;whiteSpace=wrap;strokeColor=none;fillColor=none;align=center;verticalAlign=middle;rounded=0;fontStyle=1;fontSize=48;fontColor=light-dark(#7a7978, #ededed);" value="PnL" vertex="1">
          <mxGeometry height="59" width="60" x="621" y="805" as="geometry" />
        </mxCell>
        <mxCell id="7si3vGMUa6yKKs87A3T9-11" parent="1" style="text;html=1;whiteSpace=wrap;strokeColor=none;fillColor=none;align=center;verticalAlign=middle;rounded=0;fontSize=18;fontStyle=1" value="{props.netQuantity}" vertex="1">
          <mxGeometry height="30" width="60" x="-186" y="955" as="geometry" />
        </mxCell>
        <mxCell id="7si3vGMUa6yKKs87A3T9-12" parent="1" style="text;html=1;whiteSpace=wrap;strokeColor=none;fillColor=none;align=center;verticalAlign=middle;rounded=0;fontSize=18;fontStyle=1" value="&lt;div&gt;{props.averagePrice}&lt;/div&gt;" vertex="1">
          <mxGeometry height="30" width="60" x="83" y="955" as="geometry" />
        </mxCell>
        <mxCell id="7si3vGMUa6yKKs87A3T9-13" parent="1" style="text;html=1;whiteSpace=wrap;strokeColor=none;fillColor=none;align=center;verticalAlign=middle;rounded=0;fontSize=18;fontStyle=1" value="{props.ltp}" vertex="1">
          <mxGeometry height="30" width="60" x="352" y="955" as="geometry" />
        </mxCell>
        <mxCell id="7si3vGMUa6yKKs87A3T9-14" parent="1" style="text;html=1;whiteSpace=wrap;strokeColor=none;fillColor=none;align=center;verticalAlign=middle;rounded=0;fontSize=18;fontStyle=1" value="{pnl}" vertex="1">
          <mxGeometry height="30" width="60" x="621" y="955" as="geometry" />
        </mxCell>
        <mxCell id="ExlUUjPYo0Ii6ma58Pc_-1" parent="1" style="rounded=1;whiteSpace=wrap;html=1;" value="" vertex="1">
          <mxGeometry height="321" width="1253" x="-202" y="1234" as="geometry" />
        </mxCell>
        <mxCell id="ExlUUjPYo0Ii6ma58Pc_-2" parent="1" style="text;html=1;whiteSpace=wrap;strokeColor=none;fillColor=none;align=center;verticalAlign=middle;rounded=0;fontStyle=1;fontSize=48;fontColor=light-dark(#7a7978, #ededed);" value="Total Margin" vertex="1">
          <mxGeometry height="59" width="168" x="-154" y="1292" as="geometry" />
        </mxCell>
        <mxCell id="ExlUUjPYo0Ii6ma58Pc_-3" parent="1" style="text;html=1;whiteSpace=wrap;strokeColor=none;fillColor=none;align=center;verticalAlign=middle;rounded=0;fontStyle=1;fontSize=48;fontColor=light-dark(#7a7978, #ededed);" value="Utilized Margin" vertex="1">
          <mxGeometry height="59" width="168" x="330" y="1295" as="geometry" />
        </mxCell>
        <mxCell id="ExlUUjPYo0Ii6ma58Pc_-4" parent="1" style="text;html=1;whiteSpace=wrap;strokeColor=none;fillColor=none;align=center;verticalAlign=middle;rounded=0;fontStyle=1;fontSize=48;fontColor=light-dark(#7a7978, #ededed);" value="Net Margin" vertex="1">
          <mxGeometry height="59" width="168" x="813" y="1289" as="geometry" />
        </mxCell>
        <mxCell id="ExlUUjPYo0Ii6ma58Pc_-5" parent="1" style="text;html=1;whiteSpace=wrap;strokeColor=none;fillColor=none;align=center;verticalAlign=middle;rounded=0;fontSize=42;" value="₹2000" vertex="1">
          <mxGeometry height="30" width="60" x="-100" y="1412" as="geometry" />
        </mxCell>
        <mxCell id="ExlUUjPYo0Ii6ma58Pc_-7" parent="1" style="text;html=1;whiteSpace=wrap;strokeColor=none;fillColor=none;align=center;verticalAlign=middle;rounded=0;fontSize=42;" value="₹200" vertex="1">
          <mxGeometry height="30" width="60" x="384" y="1412" as="geometry" />
        </mxCell>
        <mxCell id="ExlUUjPYo0Ii6ma58Pc_-8" parent="1" style="text;html=1;whiteSpace=wrap;strokeColor=none;fillColor=none;align=center;verticalAlign=middle;rounded=0;fontSize=42;" value="₹1800" vertex="1">
          <mxGeometry height="30" width="60" x="867" y="1412" as="geometry" />
        </mxCell>
        <mxCell id="ExlUUjPYo0Ii6ma58Pc_-9" parent="1" style="html=1;shadow=0;dashed=0;shape=mxgraph.bootstrap.rrect;rSize=5;fillColor=#E9ECEF;strokeColor=none;" value="" vertex="1">
          <mxGeometry height="20" width="800" x="24.5" y="1507" as="geometry" />
        </mxCell>
        <mxCell id="ExlUUjPYo0Ii6ma58Pc_-10" parent="ExlUUjPYo0Ii6ma58Pc_-9" style="html=1;shadow=0;dashed=0;shape=mxgraph.bootstrap.leftButton;rSize=5;fillColor=#1CA5B8;strokeColor=none;resizeHeight=1;" value="" vertex="1">
          <mxGeometry height="20" relative="1" width="250" as="geometry" />
        </mxCell>
        <mxCell id="ExlUUjPYo0Ii6ma58Pc_-11" parent="1" style="text;html=1;whiteSpace=wrap;strokeColor=none;fillColor=none;align=center;verticalAlign=middle;rounded=0;fontSize=24;" value="The max value on the progress bar is the total margin and the filled in part is the utilized margin" vertex="1">
          <mxGeometry height="92" width="269" x="175" y="1620" as="geometry" />
        </mxCell>
        <mxCell id="ExlUUjPYo0Ii6ma58Pc_-12" edge="1" parent="1" source="ExlUUjPYo0Ii6ma58Pc_-11" style="edgeStyle=orthogonalEdgeStyle;rounded=0;orthogonalLoop=1;jettySize=auto;html=1;exitX=0.5;exitY=0;exitDx=0;exitDy=0;entryX=0.412;entryY=0.999;entryDx=0;entryDy=0;entryPerimeter=0;" target="ExlUUjPYo0Ii6ma58Pc_-1">
          <mxGeometry relative="1" as="geometry" />
        </mxCell>
      </root>
    </mxGraphModel>
  </diagram>
  <diagram id="dmkDPsUycKQvBsQ4H3Di" name="Kite-Fly-Ticker-Architecture">
    <mxGraphModel dx="1357" dy="626" grid="0" gridSize="10" guides="1" tooltips="1" connect="1" arrows="1" fold="1" page="0" pageScale="1" pageWidth="402" pageHeight="874" math="0" shadow="0">
      <root>
        <mxCell id="0" />
        <mxCell id="1" parent="0" />
        <mxCell id="FDZGNOtkY16CQce4NqAR-3" edge="1" parent="1" source="FDZGNOtkY16CQce4NqAR-1" style="edgeStyle=orthogonalEdgeStyle;rounded=0;orthogonalLoop=1;jettySize=auto;html=1;" target="FDZGNOtkY16CQce4NqAR-2" value="">
          <mxGeometry relative="1" as="geometry" />
        </mxCell>
        <mxCell id="FDZGNOtkY16CQce4NqAR-1" parent="1" style="rounded=1;whiteSpace=wrap;html=1;" value="Client posts a request - for example:&lt;br&gt;&lt;div&gt;&lt;br&gt;&lt;/div&gt;&lt;br&gt;&lt;div&gt;fetch(&quot;http://localhost:3000/api/ltp&quot;, () =&amp;gt; {&lt;/div&gt;&lt;div&gt;method: &quot;POST&quot;,&lt;/div&gt;&lt;div&gt;body: JSON.stringify({&lt;/div&gt;&lt;div&gt;instrument: &quot;WIPRO&quot;,&lt;br&gt;ltp: 128.10&lt;/div&gt;&lt;div&gt;})&lt;/div&gt;&lt;div&gt;})&lt;br&gt;&lt;br&gt;The call is made from another site - for ex. https://kite.zerodha.com&lt;/div&gt;" vertex="1">
          <mxGeometry height="236" width="345" x="-33" y="45" as="geometry" />
        </mxCell>
        <mxCell id="FDZGNOtkY16CQce4NqAR-5" edge="1" parent="1" source="FDZGNOtkY16CQce4NqAR-2" style="edgeStyle=orthogonalEdgeStyle;rounded=0;orthogonalLoop=1;jettySize=auto;html=1;" target="FDZGNOtkY16CQce4NqAR-4" value="">
          <mxGeometry relative="1" as="geometry" />
        </mxCell>
        <mxCell id="FDZGNOtkY16CQce4NqAR-2" parent="1" style="whiteSpace=wrap;html=1;rounded=1;" value="SERVER" vertex="1">
          <mxGeometry height="60" width="120" x="504.5" y="98.5" as="geometry" />
        </mxCell>
        <mxCell id="FDZGNOtkY16CQce4NqAR-8" edge="1" parent="1" source="FDZGNOtkY16CQce4NqAR-4" style="edgeStyle=orthogonalEdgeStyle;rounded=0;orthogonalLoop=1;jettySize=auto;html=1;exitX=0.75;exitY=1;exitDx=0;exitDy=0;entryX=1;entryY=0.75;entryDx=0;entryDy=0;" target="FDZGNOtkY16CQce4NqAR-6">
          <mxGeometry relative="1" as="geometry" />
        </mxCell>
        <mxCell id="FDZGNOtkY16CQce4NqAR-4" parent="1" style="whiteSpace=wrap;html=1;rounded=1;" value="Websocket" vertex="1">
          <mxGeometry height="60" width="120" x="504.5" y="265" as="geometry" />
        </mxCell>
        <mxCell id="FDZGNOtkY16CQce4NqAR-7" edge="1" parent="1" source="FDZGNOtkY16CQce4NqAR-6" style="edgeStyle=orthogonalEdgeStyle;rounded=0;orthogonalLoop=1;jettySize=auto;html=1;entryX=0.5;entryY=1;entryDx=0;entryDy=0;" target="FDZGNOtkY16CQce4NqAR-4">
          <mxGeometry relative="1" as="geometry" />
        </mxCell>
        <mxCell id="FDZGNOtkY16CQce4NqAR-6" parent="1" style="rounded=1;whiteSpace=wrap;html=1;" value="On another client,&lt;div&gt;new Websocket()&lt;/div&gt;// receive the data which is sent from /api/ltp" vertex="1">
          <mxGeometry height="167" width="345" x="1" y="392" as="geometry" />
        </mxCell>
      </root>
    </mxGraphModel>
  </diagram>
</mxfile>
